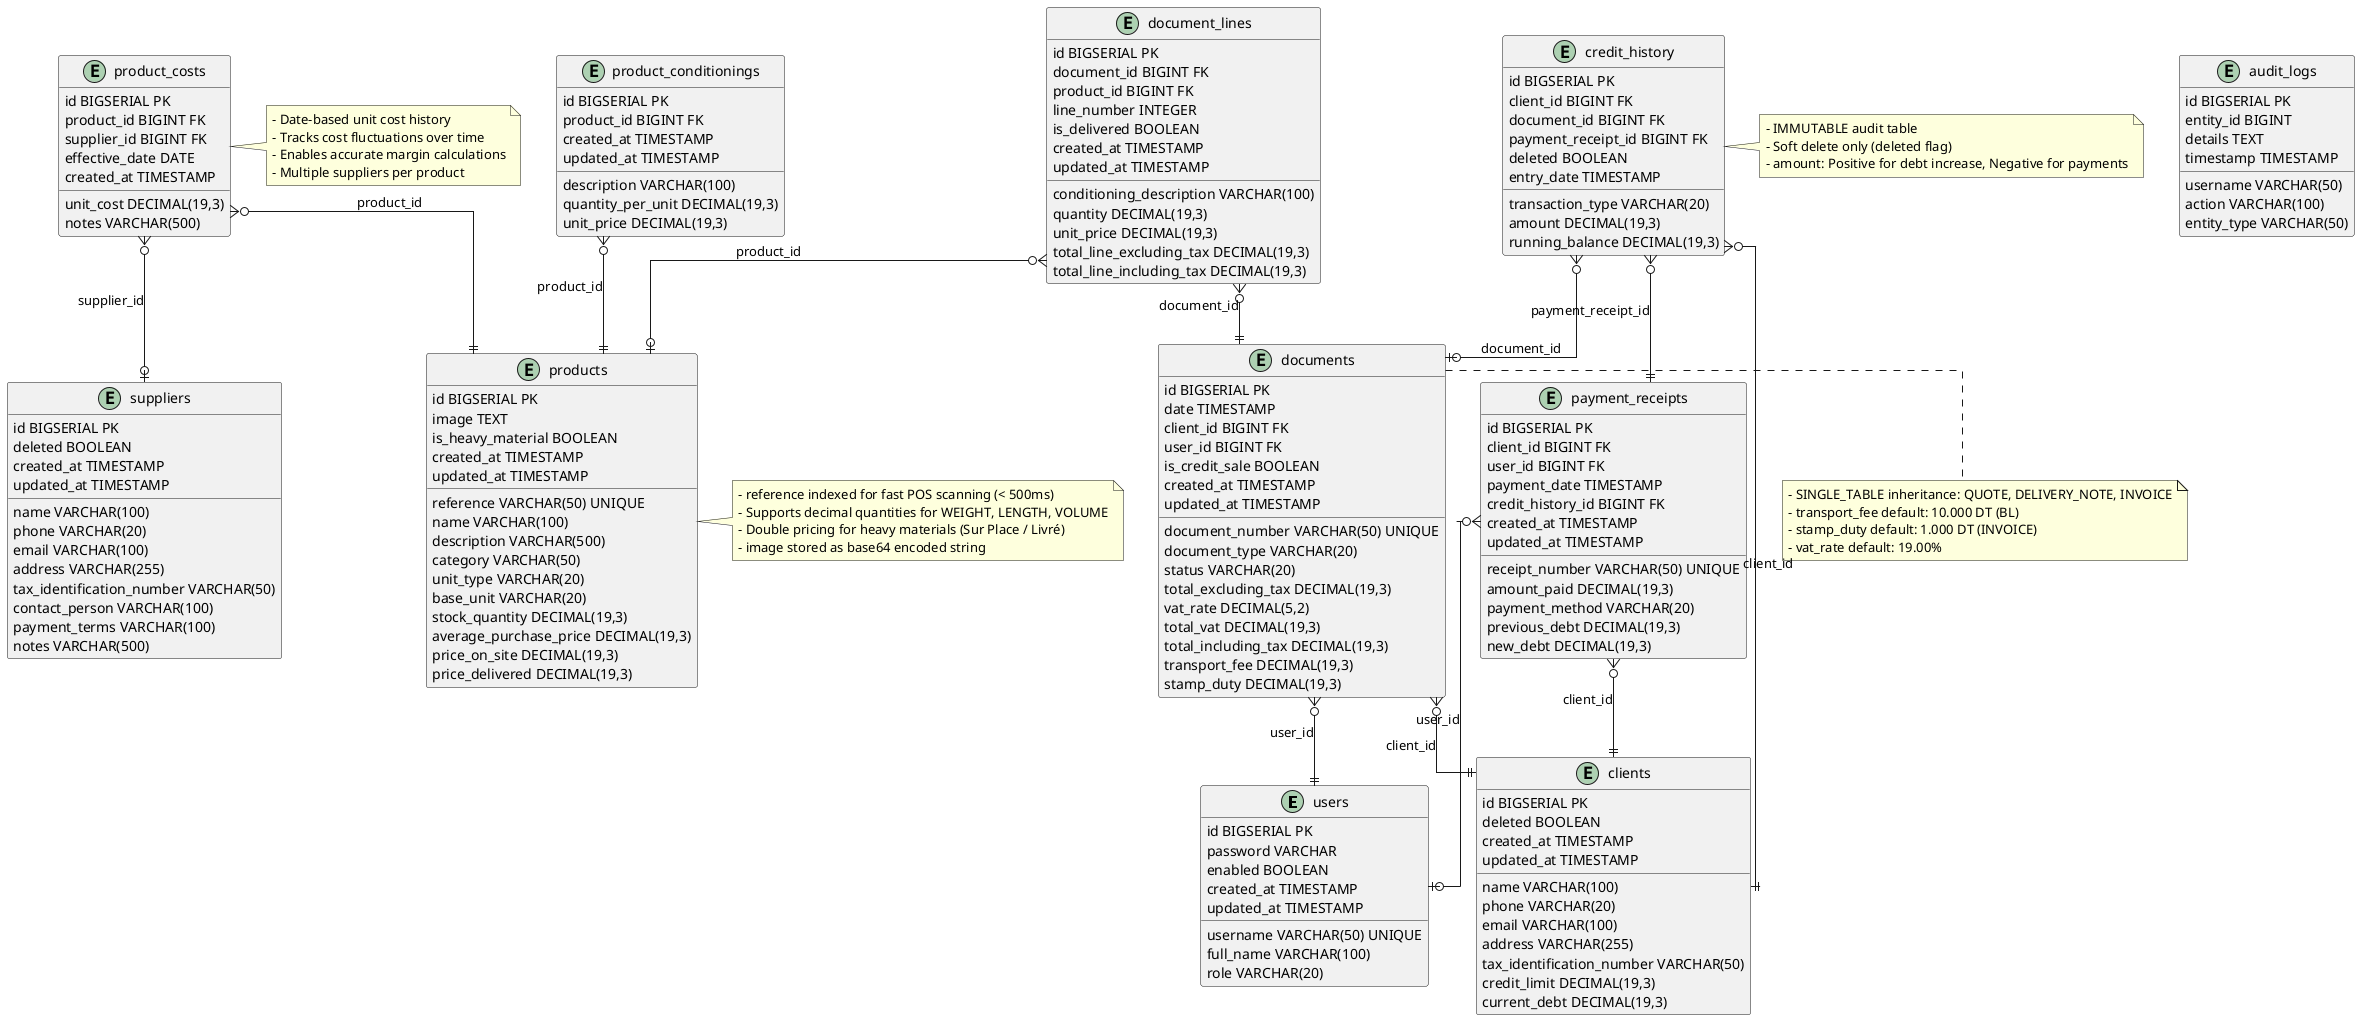
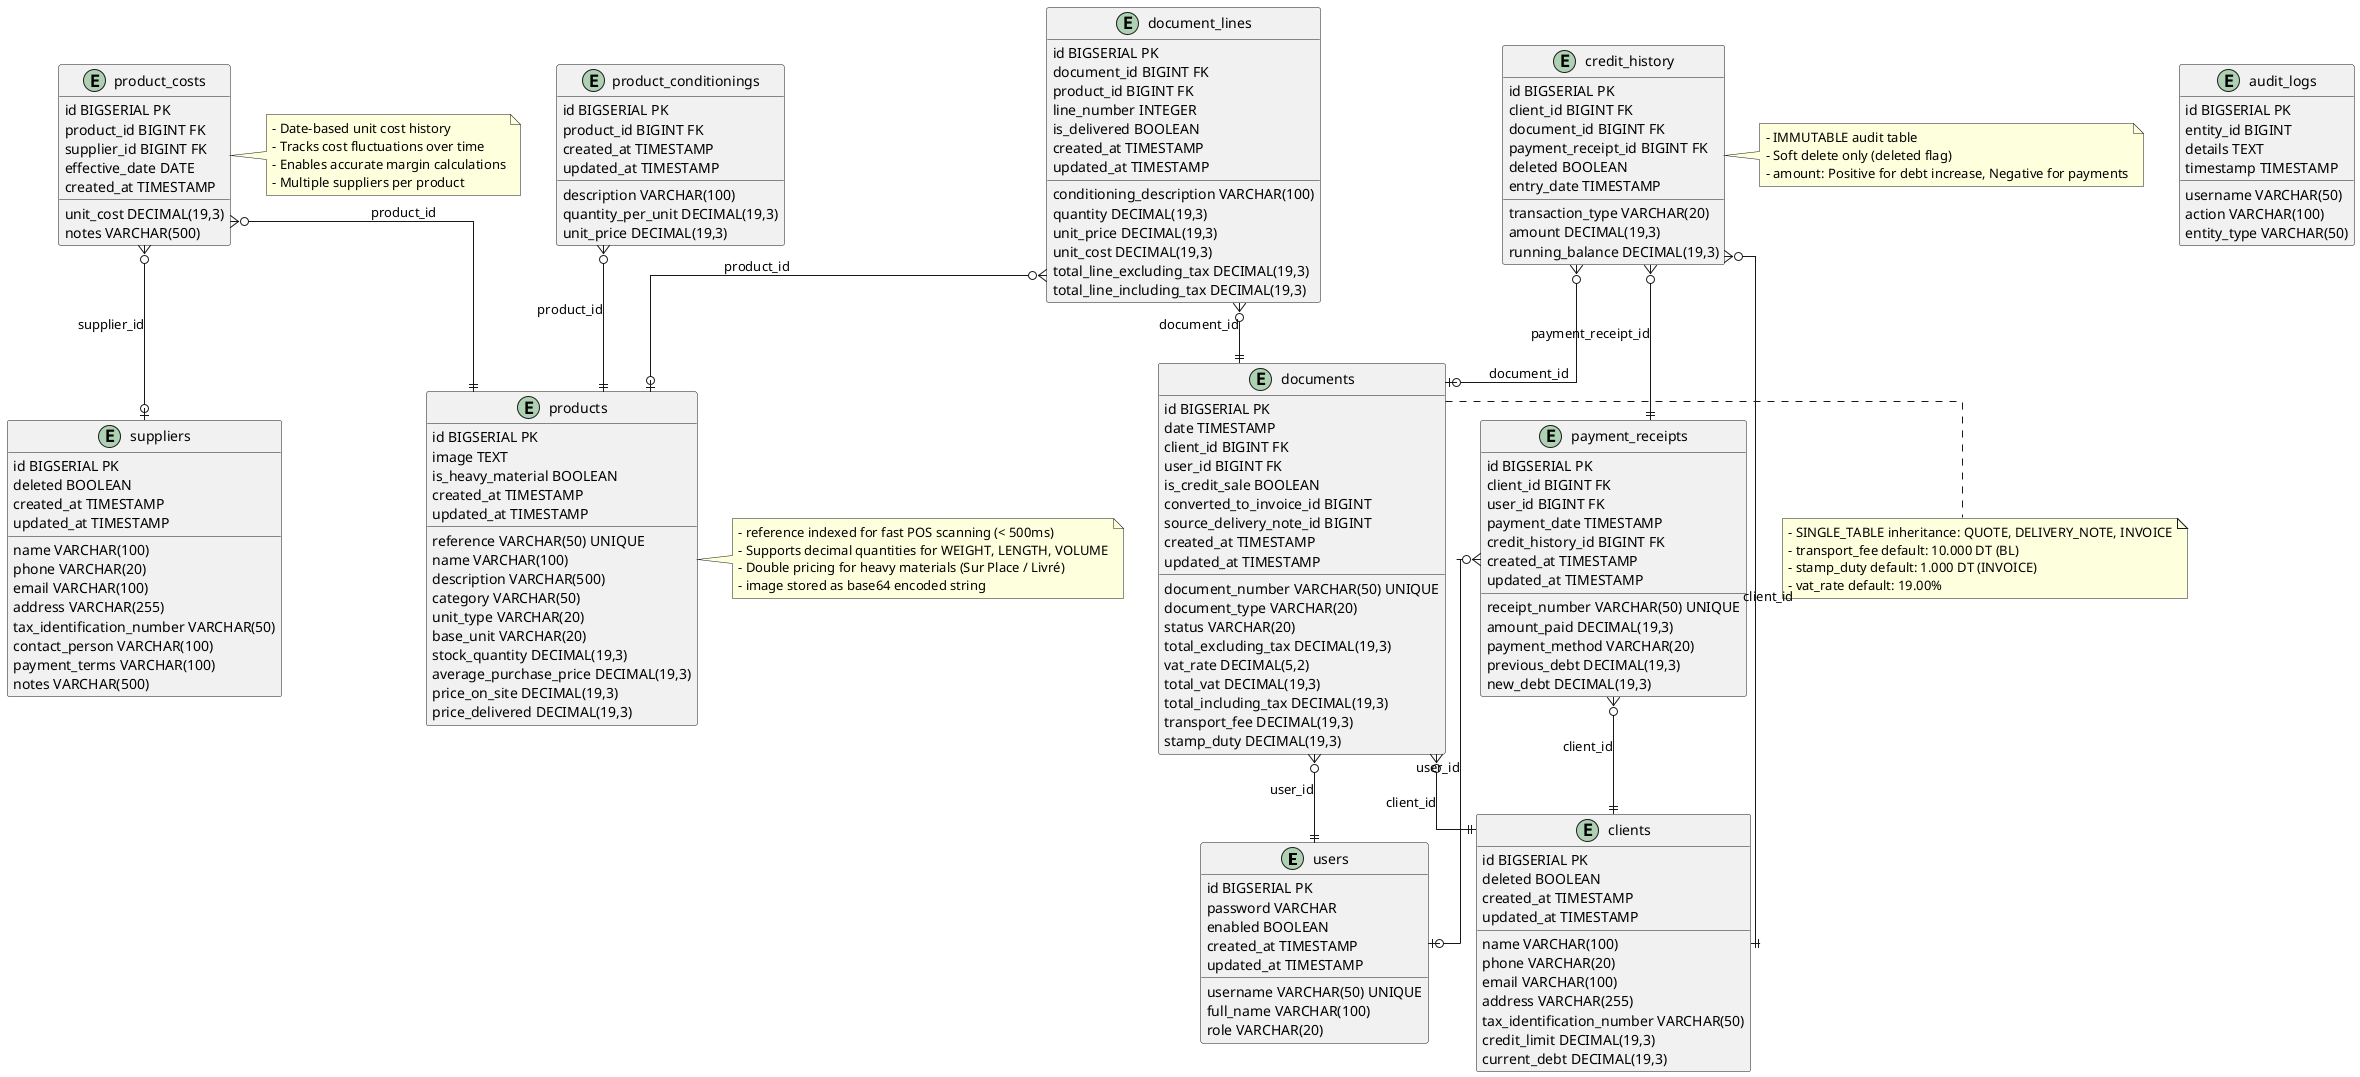
@startuml Hardware Store Database Schema
' INOVEXAHUB - Système de Gestion Commerciale et Point de Vente (POS)
' Sprint 1: Modélisation UML - Database Schema
' Version: 1.0 (MVP)
' Database: PostgreSQL

skinparam linetype ortho
skinparam entity {
  BackgroundColor<<FK>> LightBlue
  BorderColor<<FK>> Blue
}

' ============================================
' TABLES
' ============================================

entity users {
  id BIGSERIAL PK
  username VARCHAR(50) UNIQUE
  password VARCHAR
  full_name VARCHAR(100)
  role VARCHAR(20)
  enabled BOOLEAN
  created_at TIMESTAMP
  updated_at TIMESTAMP
}

entity clients {
  id BIGSERIAL PK
  name VARCHAR(100)
  phone VARCHAR(20)
  email VARCHAR(100)
  address VARCHAR(255)
  tax_identification_number VARCHAR(50)
  credit_limit DECIMAL(19,3)
  current_debt DECIMAL(19,3)
  deleted BOOLEAN
  created_at TIMESTAMP
  updated_at TIMESTAMP
}

entity suppliers {
  id BIGSERIAL PK
  name VARCHAR(100)
  phone VARCHAR(20)
  email VARCHAR(100)
  address VARCHAR(255)
  tax_identification_number VARCHAR(50)
  contact_person VARCHAR(100)
  payment_terms VARCHAR(100)
  notes VARCHAR(500)
  deleted BOOLEAN
  created_at TIMESTAMP
  updated_at TIMESTAMP
}

entity products {
  id BIGSERIAL PK
  reference VARCHAR(50) UNIQUE
  name VARCHAR(100)
  description VARCHAR(500)
  image TEXT
  category VARCHAR(50)
  unit_type VARCHAR(20)
  is_heavy_material BOOLEAN
  base_unit VARCHAR(20)
  stock_quantity DECIMAL(19,3)
  average_purchase_price DECIMAL(19,3)
  price_on_site DECIMAL(19,3)
  price_delivered DECIMAL(19,3)
  created_at TIMESTAMP
  updated_at TIMESTAMP
}

entity product_conditionings {
  id BIGSERIAL PK
  product_id BIGINT FK
  description VARCHAR(100)
  quantity_per_unit DECIMAL(19,3)
  unit_price DECIMAL(19,3)
  created_at TIMESTAMP
  updated_at TIMESTAMP
}

entity product_costs {
  id BIGSERIAL PK
  product_id BIGINT FK
  supplier_id BIGINT FK
  unit_cost DECIMAL(19,3)
  effective_date DATE
  notes VARCHAR(500)
  created_at TIMESTAMP
}

entity documents {
  id BIGSERIAL PK
  document_number VARCHAR(50) UNIQUE
  date TIMESTAMP
  document_type VARCHAR(20)
  status VARCHAR(20)
  client_id BIGINT FK
  user_id BIGINT FK
  total_excluding_tax DECIMAL(19,3)
  vat_rate DECIMAL(5,2)
  total_vat DECIMAL(19,3)
  total_including_tax DECIMAL(19,3)
  transport_fee DECIMAL(19,3)
  stamp_duty DECIMAL(19,3)
  is_credit_sale BOOLEAN
+   converted_to_invoice_id BIGINT
+   source_delivery_note_id BIGINT
  created_at TIMESTAMP
  updated_at TIMESTAMP
}

entity document_lines {
  id BIGSERIAL PK
  document_id BIGINT FK
  product_id BIGINT FK
  line_number INTEGER
  conditioning_description VARCHAR(100)
  quantity DECIMAL(19,3)
  unit_price DECIMAL(19,3)
+   unit_cost DECIMAL(19,3)
  total_line_excluding_tax DECIMAL(19,3)
  total_line_including_tax DECIMAL(19,3)
  is_delivered BOOLEAN
  created_at TIMESTAMP
  updated_at TIMESTAMP
}

entity payment_receipts {
  id BIGSERIAL PK
  receipt_number VARCHAR(50) UNIQUE
  client_id BIGINT FK
  user_id BIGINT FK
  amount_paid DECIMAL(19,3)
  payment_date TIMESTAMP
  payment_method VARCHAR(20)
  previous_debt DECIMAL(19,3)
  new_debt DECIMAL(19,3)
  credit_history_id BIGINT FK
  created_at TIMESTAMP
  updated_at TIMESTAMP
}

entity credit_history {
  id BIGSERIAL PK
  client_id BIGINT FK
  document_id BIGINT FK
  payment_receipt_id BIGINT FK
  transaction_type VARCHAR(20)
  amount DECIMAL(19,3)
  running_balance DECIMAL(19,3)
  deleted BOOLEAN
  entry_date TIMESTAMP
}

entity audit_logs {
  id BIGSERIAL PK
  username VARCHAR(50)
  action VARCHAR(100)
  entity_type VARCHAR(50)
  entity_id BIGINT
  details TEXT
  timestamp TIMESTAMP
}

' ============================================
' FOREIGN KEY RELATIONSHIPS
' ============================================

product_conditionings }o--|| products : "product_id"
product_costs }o--|| products : "product_id"
product_costs }o--o| suppliers : "supplier_id"
documents }o--|| clients : "client_id"
documents }o--|| users : "user_id"
document_lines }o--|| documents : "document_id"
document_lines }o--o| products : "product_id"
payment_receipts }o--|| clients : "client_id"
payment_receipts }o--o| users : "user_id"
credit_history }o--|| clients : "client_id"
credit_history }o--o| documents : "document_id"
credit_history }o--|| payment_receipts : "payment_receipt_id"

' ============================================
' NOTES
' ============================================

note right of products
  - reference indexed for fast POS scanning (< 500ms)
  - Supports decimal quantities for WEIGHT, LENGTH, VOLUME
  - Double pricing for heavy materials (Sur Place / Livré)
  - image stored as base64 encoded string
end note

note right of product_costs
  - Date-based unit cost history
  - Tracks cost fluctuations over time
  - Enables accurate margin calculations
  - Multiple suppliers per product
end note

note right of documents
  - SINGLE_TABLE inheritance: QUOTE, DELIVERY_NOTE, INVOICE
  - transport_fee default: 10.000 DT (BL)
  - stamp_duty default: 1.000 DT (INVOICE)
  - vat_rate default: 19.00%
end note

note right of credit_history
  - IMMUTABLE audit table
  - Soft delete only (deleted flag)
  - amount: Positive for debt increase, Negative for payments
end note

@enduml
